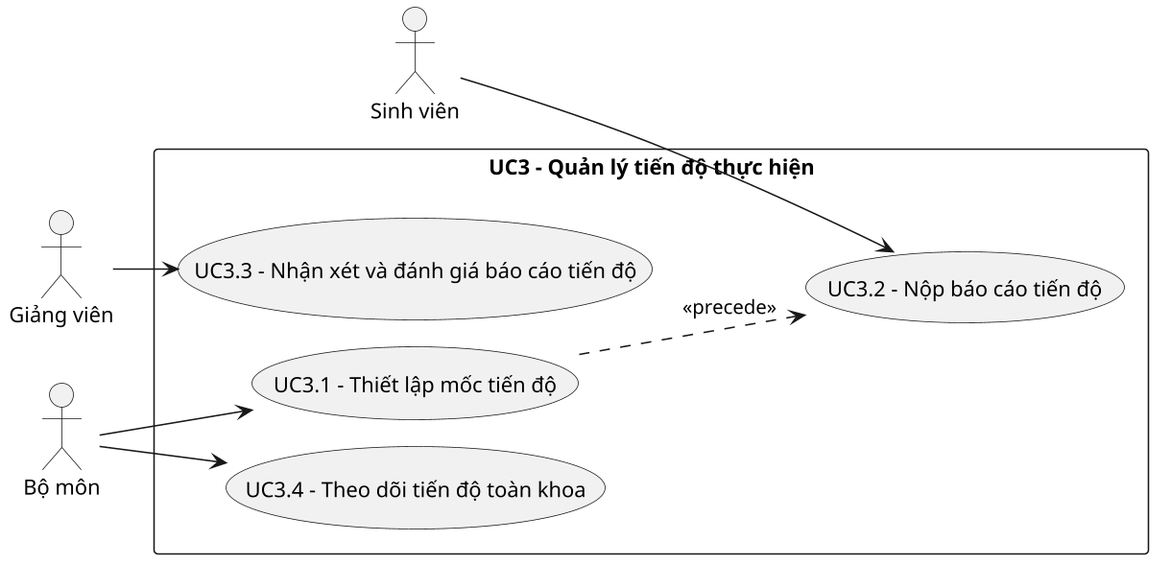
Before: docs/chuong-2-khao-sat-phan-tich/uc/uc3-quan-ly-tien-do.png, a diagram exported from PlantUML (dtc235200036-alt/ICTU-DATN-NguyenThiMaiAnh).
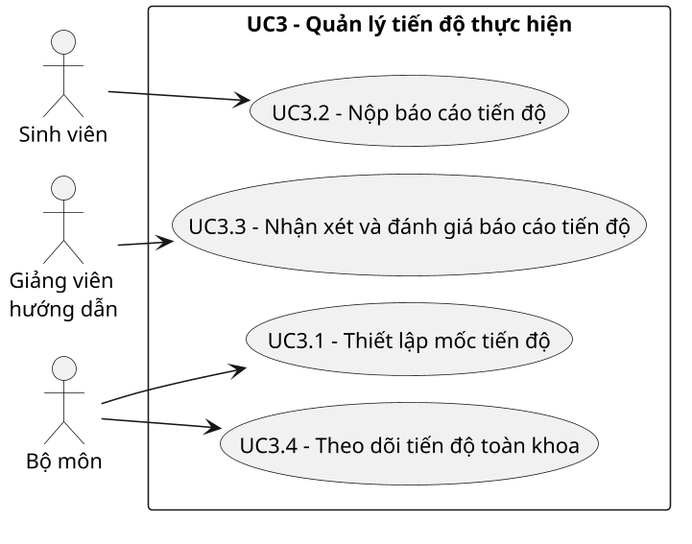
The same diagram one commit later.

The edit, as a diff of the source:
```diff
@@ -9,7 +9,7 @@
 skinparam packageStyle rectangle
 
 actor "Sinh viên" as SV
-actor "Giảng viên" as GV
+actor "Giảng viên\nhướng dẫn" as GV
 actor "Bộ môn" as BM
 
 rectangle "UC3 - Quản lý tiến độ thực hiện" {
@@ -23,6 +23,4 @@
 SV --> UC3_2
 GV --> UC3_3
 BM --> UC3_4
-
-UC3_1 ..> UC3_2 : <<precede>>
 @enduml
```
